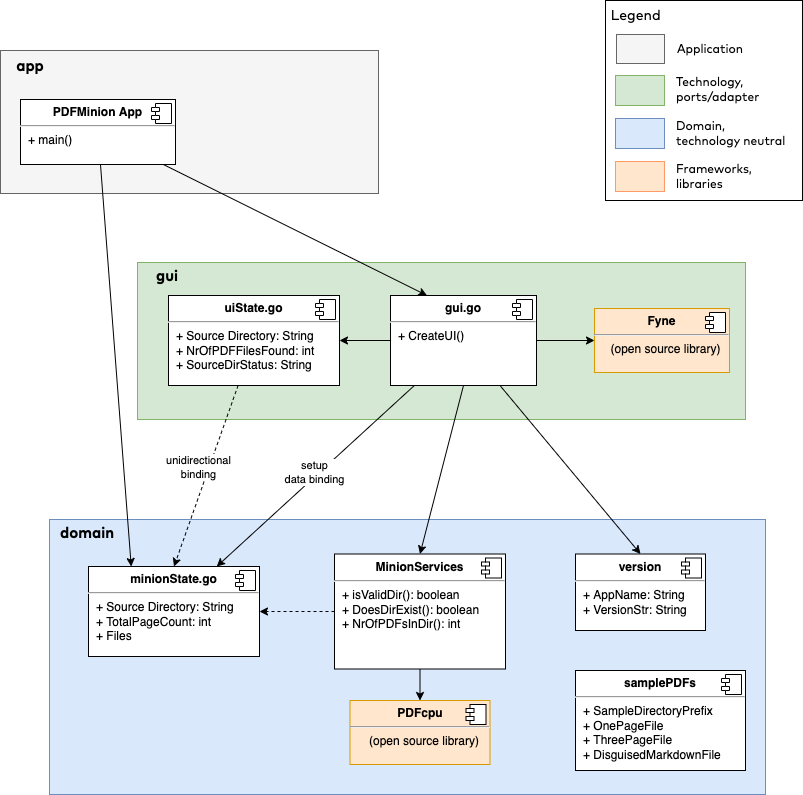
The draw.io diagram doc/PDFminion-BuildingBlocks.drawio.png in gernotstarke/step-by-step-architecture, before a commit. Source tidied: cells renumbered, new cells last; positions are measured from the earlier drawing's top-left corner, leaving out a move shared by most shapes.
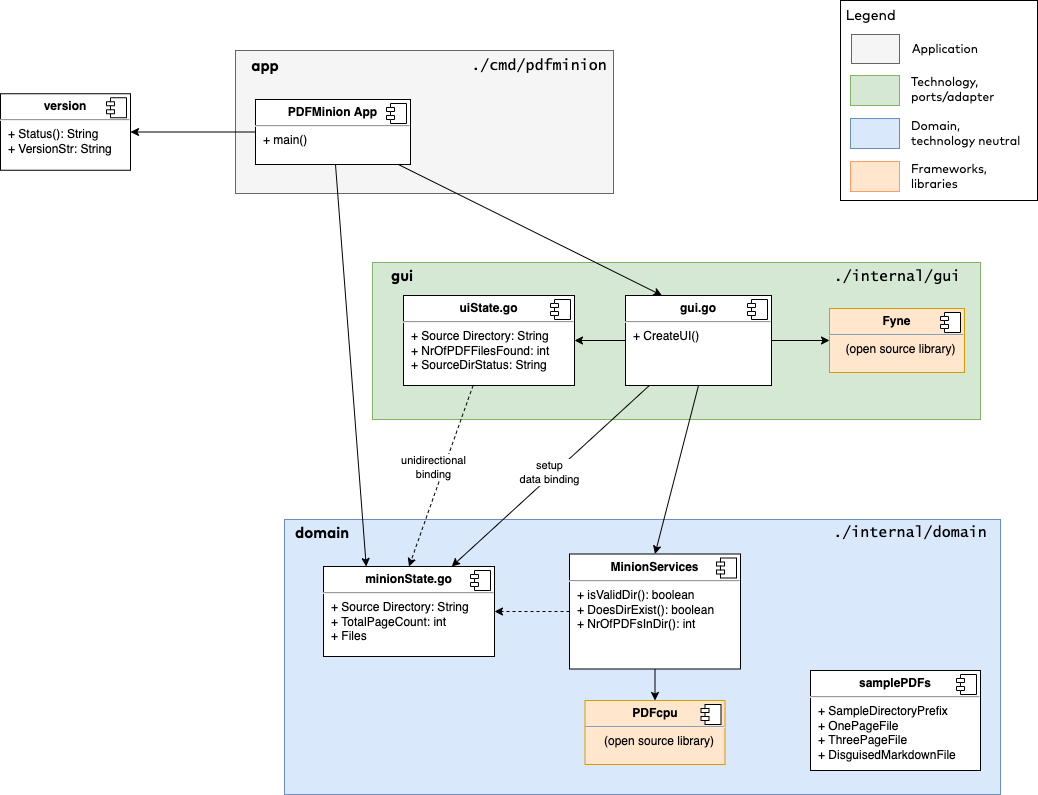
After the change.

Diff of the diagram source:
```diff
@@ -19,8 +19,8 @@
         <mxPoint x="-24" y="4" as="offset" />
       </mxGeometry>
     </mxCell>
-    <mxCell id="7" value="&lt;p style=&quot;margin:0px;margin-top:6px;text-align:center;&quot;&gt;&lt;b&gt;version&lt;/b&gt;&lt;/p&gt;&lt;hr&gt;&lt;p style=&quot;margin:0px;margin-left:8px;&quot;&gt;&lt;span style=&quot;background-color: initial;&quot;&gt;+ AppName: String&lt;/span&gt;&lt;br&gt;&lt;/p&gt;&lt;p style=&quot;margin:0px;margin-left:8px;&quot;&gt;&lt;span style=&quot;background-color: initial;&quot;&gt;+ VersionStr: String&lt;/span&gt;&lt;/p&gt;" style="align=left;overflow=fill;html=1;" parent="1" vertex="1">
-      <mxGeometry x="575" y="553.5" width="130" height="76.5" as="geometry" />
+    <mxCell id="7" value="&lt;p style=&quot;margin:0px;margin-top:6px;text-align:center;&quot;&gt;&lt;b&gt;version&lt;/b&gt;&lt;/p&gt;&lt;hr&gt;&lt;p style=&quot;margin:0px;margin-left:8px;&quot;&gt;&lt;span style=&quot;background-color: initial;&quot;&gt;+ Status(): String&lt;/span&gt;&lt;br&gt;&lt;/p&gt;&lt;p style=&quot;margin:0px;margin-left:8px;&quot;&gt;&lt;span style=&quot;background-color: initial;&quot;&gt;+ VersionStr: String&lt;/span&gt;&lt;/p&gt;" style="align=left;overflow=fill;html=1;" parent="1" vertex="1">
+      <mxGeometry x="-235" y="93.2" width="130" height="76.5" as="geometry" />
     </mxCell>
     <mxCell id="8" style="shape=component;jettyWidth=8;jettyHeight=4;" parent="7" vertex="1">
       <mxGeometry x="1" width="20" height="20" relative="1" as="geometry">
@@ -60,7 +60,7 @@
     <mxCell id="17" style="edgeStyle=none;jettySize=auto;html=1;" parent="1" edge="1" source="22" target="15">
       <mxGeometry relative="1" as="geometry" />
     </mxCell>
-    <mxCell id="18" style="edgeStyle=none;jettySize=auto;html=1;entryX=0.5;entryY=0;entryDx=0;entryDy=0;exitX=0.75;exitY=1;exitDx=0;exitDy=0;" parent="1" edge="1" source="22" target="7">
+    <mxCell id="18" style="edgeStyle=none;jettySize=auto;html=1;exitX=0;exitY=0.5;exitDx=0;exitDy=0;" parent="1" edge="1" source="31" target="7">
       <mxGeometry relative="1" as="geometry" />
     </mxCell>
     <mxCell id="19" style="edgeStyle=none;jettySize=auto;html=1;entryX=0.75;entryY=0;entryDx=0;entryDy=0;" parent="1" edge="1" source="22" target="5">
@@ -162,5 +162,14 @@
         <mxPoint x="-24" y="4" as="offset" />
       </mxGeometry>
     </mxCell>
+    <mxCell id="48" value="&lt;font face=&quot;Lucida Console&quot;&gt;./cmd/pdfminion&lt;/font&gt;" style="text;html=1;strokeColor=none;fillColor=none;align=center;verticalAlign=middle;whiteSpace=wrap;rounded=0;fontSize=15;fontStyle=0;fontFamily=Mark Pro;" parent="1" vertex="1">
+      <mxGeometry x="274" y="50" width="60" height="30" as="geometry" />
+    </mxCell>
+    <mxCell id="49" value="&lt;font face=&quot;Lucida Console&quot;&gt;./internal/gui&lt;/font&gt;" style="text;html=1;strokeColor=none;fillColor=none;align=center;verticalAlign=middle;whiteSpace=wrap;rounded=0;fontSize=15;fontStyle=0;fontFamily=Mark Pro;" parent="1" vertex="1">
+      <mxGeometry x="631.5" y="261" width="60" height="30" as="geometry" />
+    </mxCell>
+    <mxCell id="50" value="&lt;font face=&quot;Lucida Console&quot;&gt;./internal/domain&lt;/font&gt;" style="text;html=1;strokeColor=none;fillColor=none;align=center;verticalAlign=middle;whiteSpace=wrap;rounded=0;fontSize=15;fontStyle=0;fontFamily=Mark Pro;" parent="1" vertex="1">
+      <mxGeometry x="645" y="517" width="60" height="30" as="geometry" />
+    </mxCell>
   </root>
 </mxGraphModel>
```
